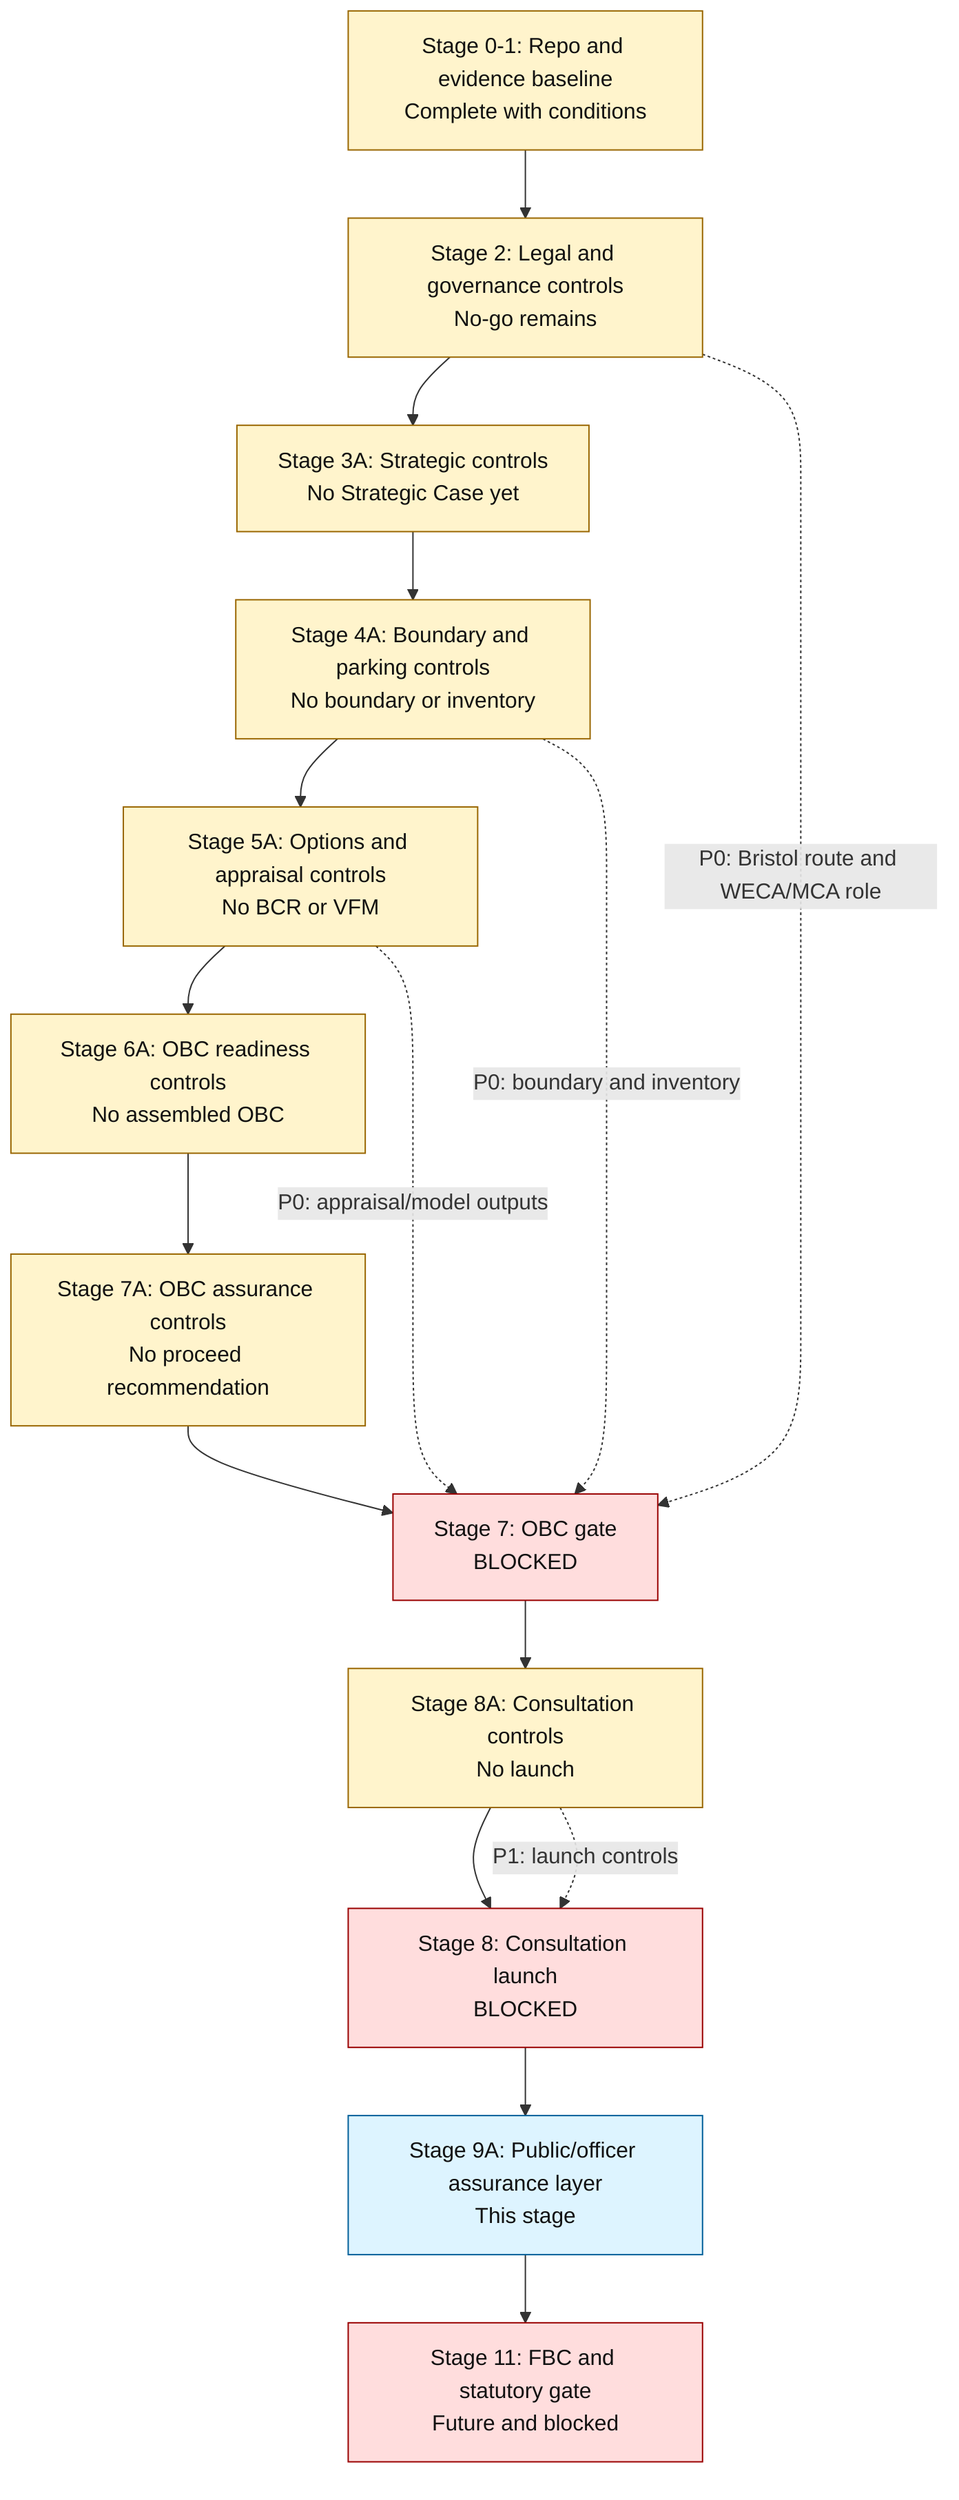
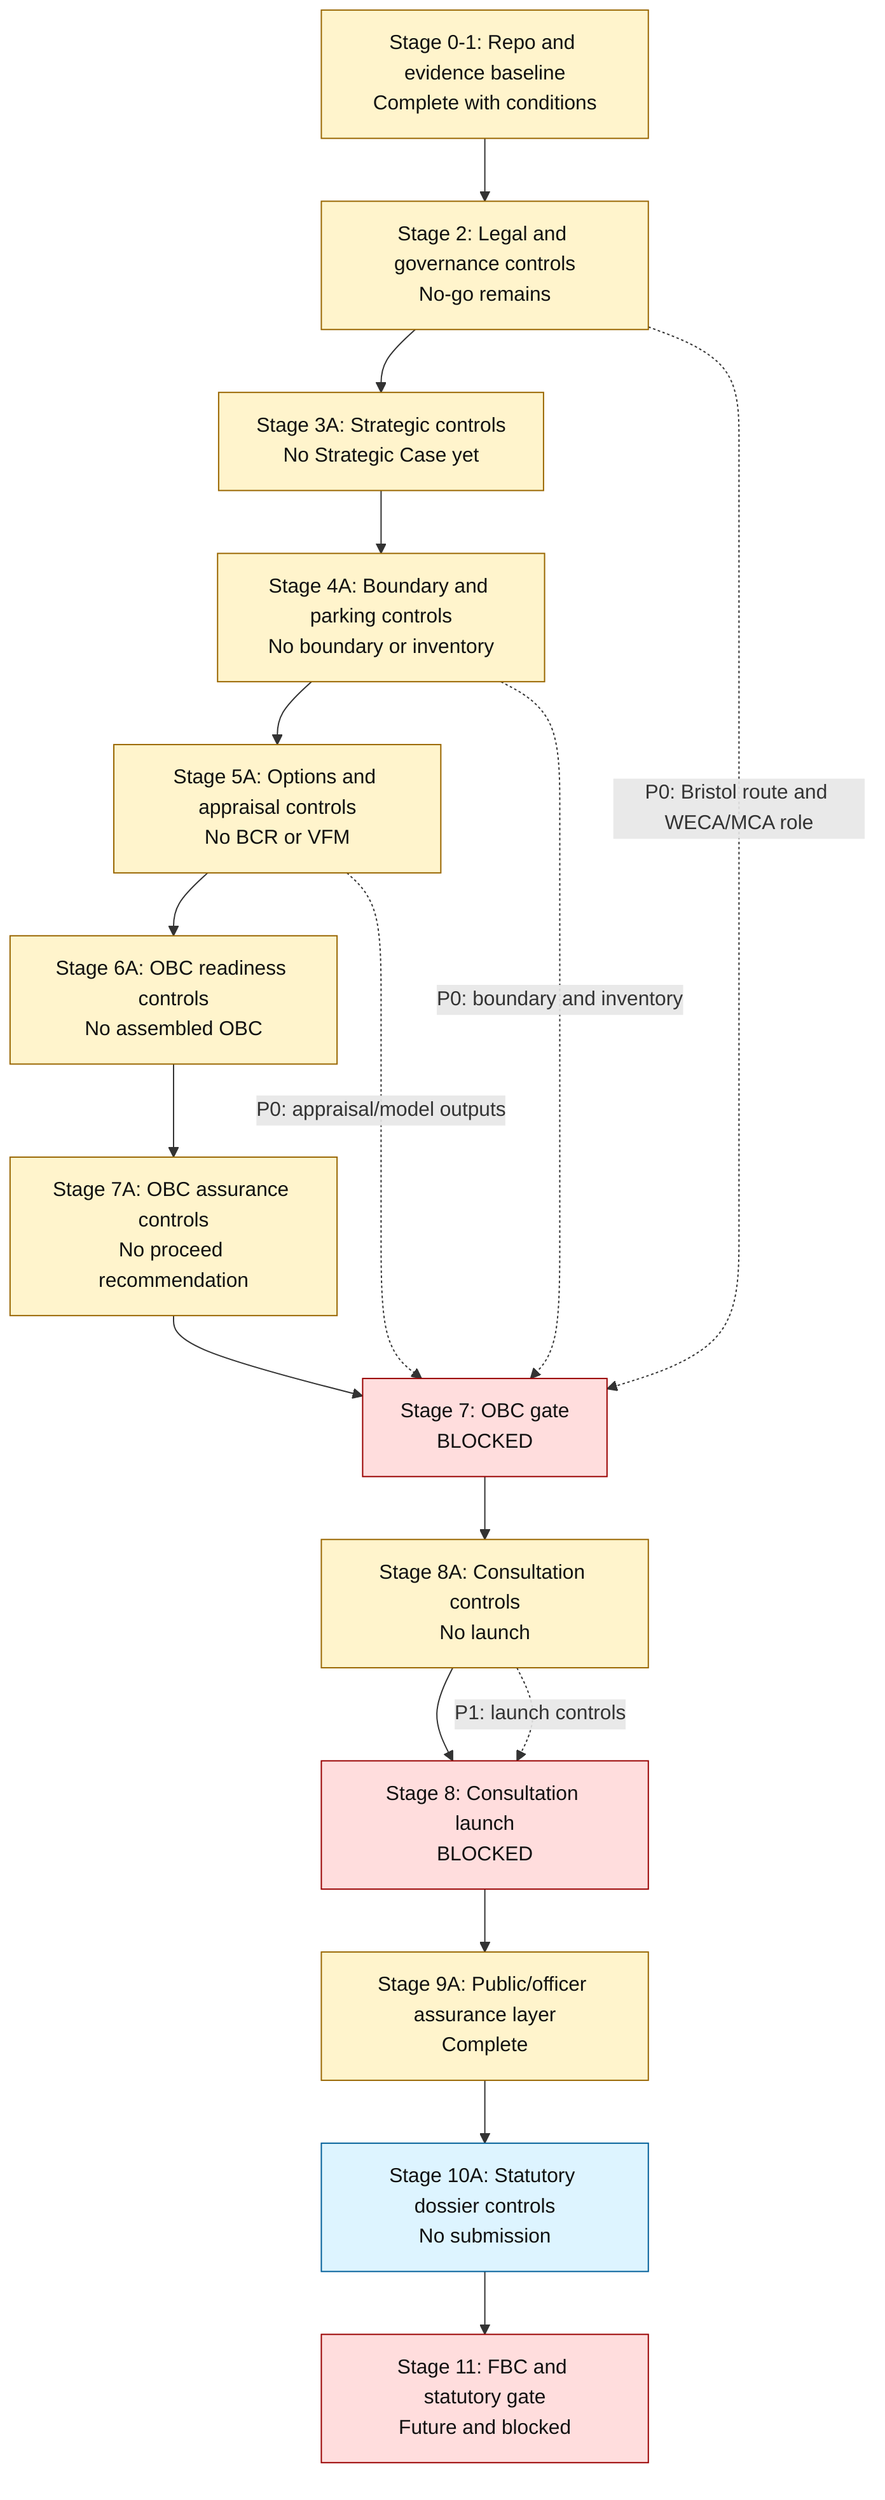
flowchart TD
    A["Stage 0-1: Repo and evidence baseline<br/>Complete with conditions"] --> B["Stage 2: Legal and governance controls<br/>No-go remains"]
    B --> C["Stage 3A: Strategic controls<br/>No Strategic Case yet"]
    C --> D["Stage 4A: Boundary and parking controls<br/>No boundary or inventory"]
    D --> E["Stage 5A: Options and appraisal controls<br/>No BCR or VFM"]
    E --> F["Stage 6A: OBC readiness controls<br/>No assembled OBC"]
    F --> F2["Stage 7A: OBC assurance controls<br/>No proceed recommendation"]
    F2 --> G["Stage 7: OBC gate<br/>BLOCKED"]
    G --> H["Stage 8A: Consultation controls<br/>No launch"]
    H --> I["Stage 8: Consultation launch<br/>BLOCKED"]
-     I --> J["Stage 9A: Public/officer assurance layer<br/>This stage"]
-     J --> K["Stage 11: FBC and statutory gate<br/>Future and blocked"]
+     I --> J["Stage 9A: Public/officer assurance layer<br/>Complete"]
+     J --> J2["Stage 10A: Statutory dossier controls<br/>No submission"]
+     J2 --> K["Stage 11: FBC and statutory gate<br/>Future and blocked"]

    B -. "P0: Bristol route and WECA/MCA role" .-> G
    D -. "P0: boundary and inventory" .-> G
    E -. "P0: appraisal/model outputs" .-> G
    H -. "P1: launch controls" .-> I

    classDef blocked fill:#ffdddd,stroke:#990000,color:#111111;
    classDef control fill:#fff4cc,stroke:#996600,color:#111111;
    classDef current fill:#ddf4ff,stroke:#005f99,color:#111111;

    class G,I,K blocked;
-     class A,B,C,D,E,F,F2,H control;
-     class J current;
+     class A,B,C,D,E,F,F2,H,J control;
+     class J2 current;
